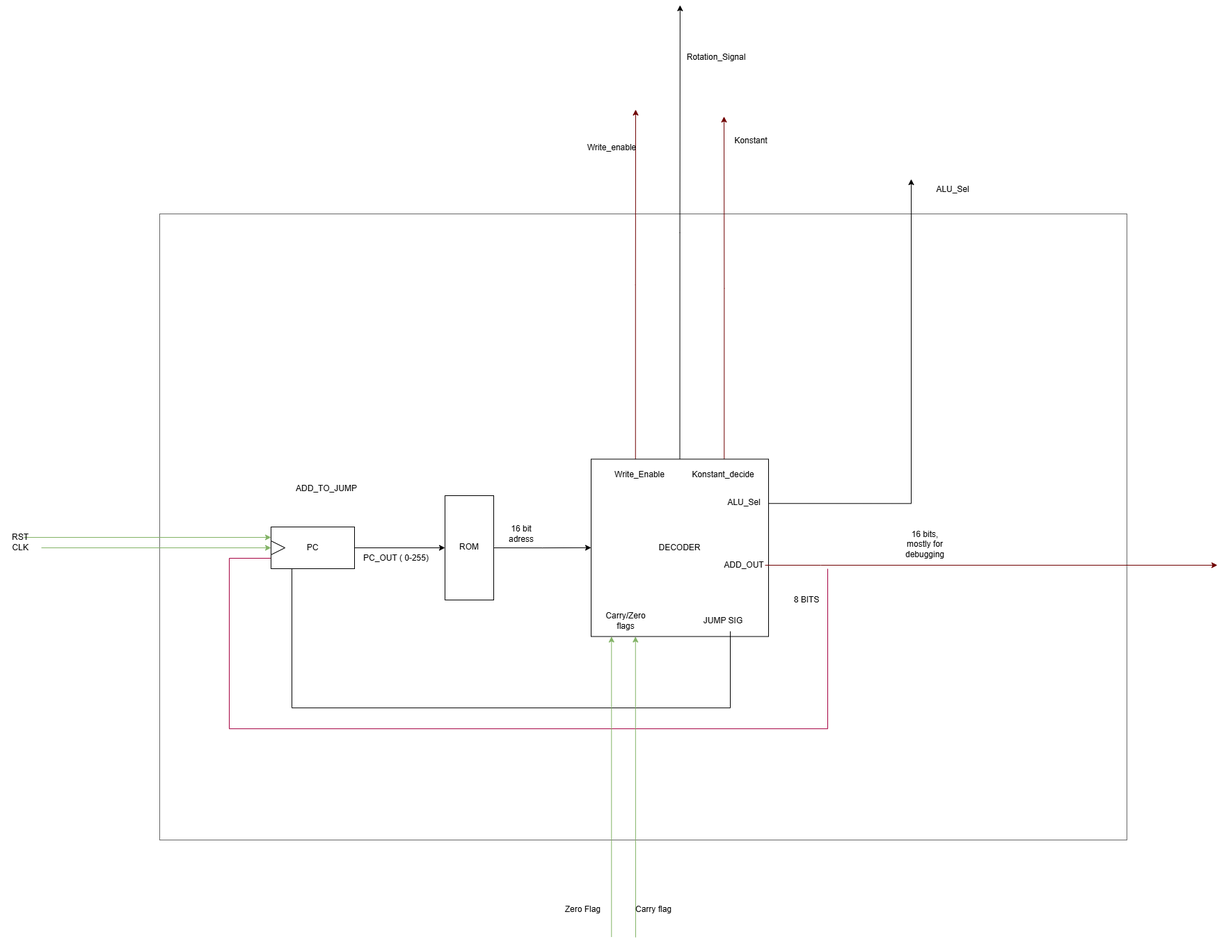
Above: scheme/PC_TOP_LEVEL.drawio.png in Reorad/8Bit-FPGA-Processor (draw.io), before the change. Source tidied: cells renumbered, new cells last; positions are measured from the earlier drawing's top-left corner, leaving out a move shared by most shapes.
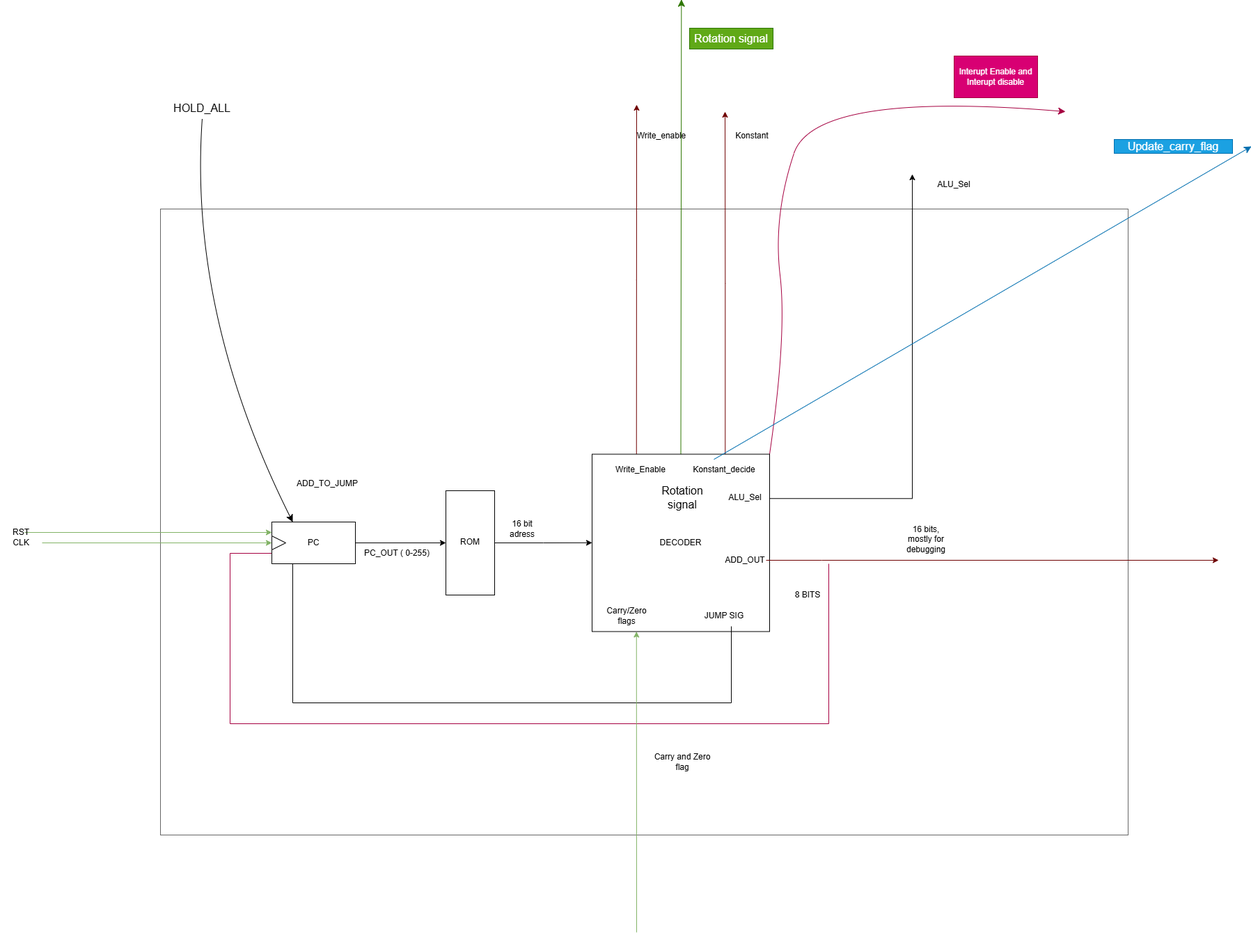
After the change.

Change to the diagram source:
```diff
@@ -44,11 +44,21 @@
         <mxPoint x="1041" y="160" as="targetPoint" />
       </mxGeometry>
     </mxCell>
-    <mxCell id="11" style="edgeStyle=orthogonalEdgeStyle;rounded=0;jettySize=auto;html=1;exitX=0.5;exitY=0;exitDx=0;exitDy=0;" parent="1" edge="1" source="12">
-      <mxGeometry relative="1" as="geometry">
-        <mxPoint x="977.8" as="targetPoint" />
-      </mxGeometry>
-    </mxCell>
+    <mxCell id="39" style="edgeStyle=none;curved=1;rounded=0;jettySize=auto;html=1;exitX=0.5;exitY=0;exitDx=0;exitDy=0;fontSize=12;startSize=8;endSize=8;fillColor=#60a917;strokeColor=#2D7600;" parent="1" edge="1" source="12">
+      <mxGeometry relative="1" as="geometry">
+        <mxPoint x="978.3" y="-1.3" as="targetPoint" />
+      </mxGeometry>
+    </mxCell>
+    <mxCell id="40" style="edgeStyle=none;curved=1;rounded=0;jettySize=auto;html=1;exitX=1;exitY=0;exitDx=0;exitDy=0;fontSize=12;startSize=8;endSize=8;fillColor=#d80073;strokeColor=#A50040;" parent="1" edge="1" source="12">
+      <mxGeometry relative="1" as="geometry">
+        <mxPoint x="1530" y="160" as="targetPoint" />
+        <Array as="points">
+          <mxPoint x="1130" y="480" />
+          <mxPoint x="1110" y="310" />
+          <mxPoint x="1170" y="130" />
+        </Array>
+      </mxGeometry>
+    </mxCell>
     <mxCell id="12" value="DECODER" style="whiteSpace=wrap;html=1;" parent="1" vertex="1">
       <mxGeometry x="850" y="652.5" width="255" height="255" as="geometry" />
     </mxCell>
@@ -102,6 +112,11 @@
     <mxCell id="25" value="ALU_Sel" style="text;html=1;whiteSpace=wrap;strokeColor=none;fillColor=none;align=center;verticalAlign=middle;rounded=0;" parent="1" vertex="1">
       <mxGeometry x="1040" y="700" width="60" height="30" as="geometry" />
     </mxCell>
+    <mxCell id="41" style="edgeStyle=none;curved=1;rounded=0;jettySize=auto;html=1;exitX=0.25;exitY=0;exitDx=0;exitDy=0;fontSize=12;startSize=8;endSize=8;fillColor=#1ba1e2;strokeColor=#006EAF;" parent="1" edge="1" source="26">
+      <mxGeometry relative="1" as="geometry">
+        <mxPoint x="1797.1" y="210" as="targetPoint" />
+      </mxGeometry>
+    </mxCell>
     <mxCell id="26" value="Konstant_decide" style="text;html=1;whiteSpace=wrap;strokeColor=none;fillColor=none;align=center;verticalAlign=middle;rounded=0;" parent="1" vertex="1">
       <mxGeometry x="1010" y="660" width="60" height="30" as="geometry" />
     </mxCell>
@@ -113,6 +128,9 @@
         <mxPoint x="914" y="1340" as="sourcePoint" />
       </mxGeometry>
     </mxCell>
+    <mxCell id="42" value="Carry and Zero flag" style="text;html=1;whiteSpace=wrap;strokeColor=none;fillColor=none;align=center;verticalAlign=middle;rounded=0;" parent="1" vertex="1">
+      <mxGeometry x="930" y="1080" width="100" height="30" as="geometry" />
+    </mxCell>
     <mxCell id="29" value="Write_Enable" style="text;html=1;whiteSpace=wrap;strokeColor=none;fillColor=none;align=center;verticalAlign=middle;rounded=0;" parent="1" vertex="1">
       <mxGeometry x="860" y="660" width="120" height="30" as="geometry" />
     </mxCell>
@@ -123,7 +141,7 @@
       <mxGeometry x="1050" y="180" width="60" height="30" as="geometry" />
     </mxCell>
     <mxCell id="32" value="Write_enable" style="text;html=1;whiteSpace=wrap;strokeColor=none;fillColor=none;align=center;verticalAlign=middle;rounded=0;" parent="1" vertex="1">
-      <mxGeometry x="850" y="190" width="60" height="30" as="geometry" />
+      <mxGeometry x="920" y="180" width="60" height="30" as="geometry" />
     </mxCell>
     <mxCell id="33" style="edgeStyle=orthogonalEdgeStyle;rounded=0;jettySize=auto;html=1;entryX=0;entryY=0.5;entryDx=0;entryDy=0;fillColor=#d5e8d4;strokeColor=#82b366;" parent="1" edge="1" source="34" target="17">
       <mxGeometry relative="1" as="geometry" />
@@ -131,20 +149,27 @@
     <mxCell id="34" value="CLK" style="text;html=1;whiteSpace=wrap;strokeColor=none;fillColor=none;align=center;verticalAlign=middle;rounded=0;" parent="1" vertex="1">
       <mxGeometry y="765" width="60" height="30" as="geometry" />
     </mxCell>
-    <mxCell id="35" value="Rotation_Signal" style="text;html=1;whiteSpace=wrap;strokeColor=none;fillColor=none;align=center;verticalAlign=middle;rounded=0;" parent="1" vertex="1">
-      <mxGeometry x="1000" y="60" width="60" height="30" as="geometry" />
-    </mxCell>
-    <mxCell id="36" style="endArrow=classic;html=1;rounded=0;entryX=0.25;entryY=1;entryDx=0;entryDy=0;fillColor=#d5e8d4;gradientColor=#97d077;strokeColor=#82b366;" parent="1" edge="1">
-      <mxGeometry relative="1" as="geometry">
-        <mxPoint x="879.3" y="1339.5" as="sourcePoint" />
-        <mxPoint x="879.3" y="907.5" as="targetPoint" />
-      </mxGeometry>
-    </mxCell>
-    <mxCell id="37" value="Zero Flag&amp;nbsp;" style="text;html=1;whiteSpace=wrap;strokeColor=none;fillColor=none;align=center;verticalAlign=middle;rounded=0;" parent="1" vertex="1">
-      <mxGeometry x="810" y="1280" width="60" height="40" as="geometry" />
-    </mxCell>
-    <mxCell id="38" value="Carry flag" style="text;html=1;whiteSpace=wrap;strokeColor=none;fillColor=none;align=center;verticalAlign=middle;rounded=0;" parent="1" vertex="1">
-      <mxGeometry x="910" y="1285" width="60" height="30" as="geometry" />
-    </mxCell>
+    <mxCell id="43" value="Rotation signal" style="text;html=1;whiteSpace=wrap;strokeColor=#2D7600;fillColor=#60a917;align=center;verticalAlign=middle;rounded=0;fontSize=16;fontColor=#ffffff;" parent="1" vertex="1">
+      <mxGeometry x="990" y="40" width="120" height="30" as="geometry" />
+    </mxCell>
+    <mxCell id="44" value="Rotation signal" style="text;html=1;whiteSpace=wrap;strokeColor=none;fillColor=none;align=center;verticalAlign=middle;rounded=0;fontSize=16;" parent="1" vertex="1">
+      <mxGeometry x="950" y="700" width="60" height="30" as="geometry" />
+    </mxCell>
+    <mxCell id="45" style="edgeStyle=none;curved=1;rounded=0;jettySize=auto;html=1;exitX=0.5;exitY=1;exitDx=0;exitDy=0;entryX=0.25;entryY=0;entryDx=0;entryDy=0;fontSize=12;startSize=8;endSize=8;" parent="1" edge="1" source="46" target="5">
+      <mxGeometry relative="1" as="geometry">
+        <Array as="points">
+          <mxPoint x="270" y="450" />
+        </Array>
+      </mxGeometry>
+    </mxCell>
+    <mxCell id="46" value="HOLD_ALL" style="text;html=1;whiteSpace=wrap;strokeColor=none;fillColor=none;align=center;verticalAlign=middle;rounded=0;fontSize=16;" parent="1" vertex="1">
+      <mxGeometry x="260" y="140" width="60" height="30" as="geometry" />
+    </mxCell>
+    <mxCell id="47" value="Interupt Enable and Interupt disable" style="whiteSpace=wrap;html=1;fillColor=#d80073;fontColor=#ffffff;strokeColor=#A50040;" parent="1" vertex="1">
+      <mxGeometry x="1370" y="80" width="120" height="60" as="geometry" />
+    </mxCell>
+    <mxCell id="48" value="Update_carry_flag" style="text;html=1;whiteSpace=wrap;strokeColor=#006EAF;fillColor=#1ba1e2;align=center;verticalAlign=middle;rounded=0;fontSize=16;fontColor=#ffffff;" parent="1" vertex="1">
+      <mxGeometry x="1600" y="200" width="170" height="20" as="geometry" />
+    </mxCell>
   </root>
 </mxGraphModel>
```
